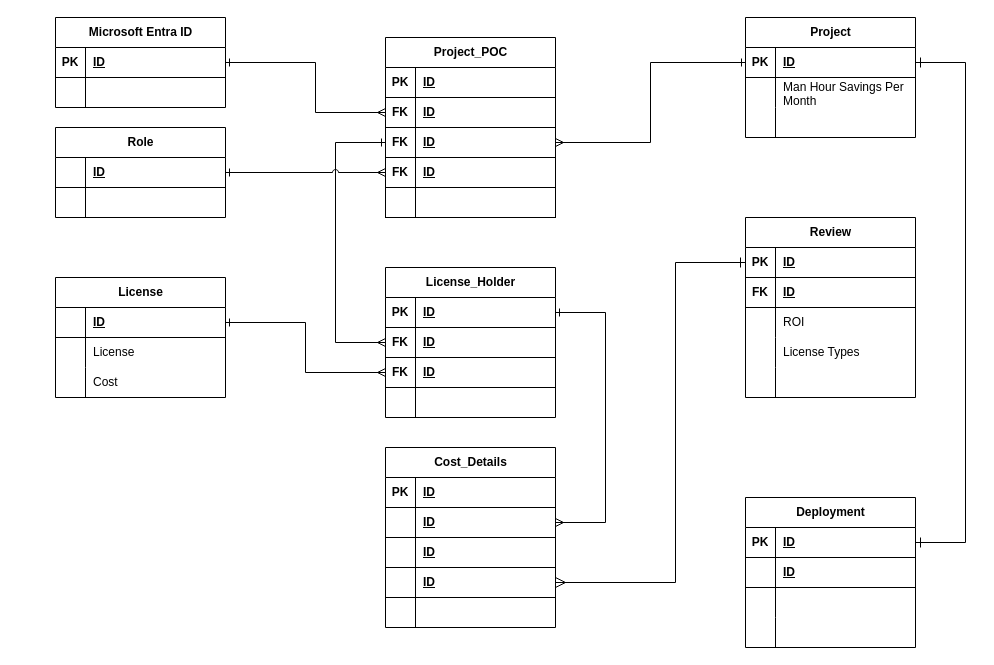
Before: page "Option-3y" (2 of 3) of erd-projint-01.drawio in josjreyes/ProjectIntake, a draw.io diagram. Source tidied: cells renumbered, new cells numbered last; positions are measured from the earlier drawing's top-left corner, leaving out a move shared by most shapes. Both pictures are drawn from the tidied source at 100%, with x=0, y=0 at pixel (55, 17).
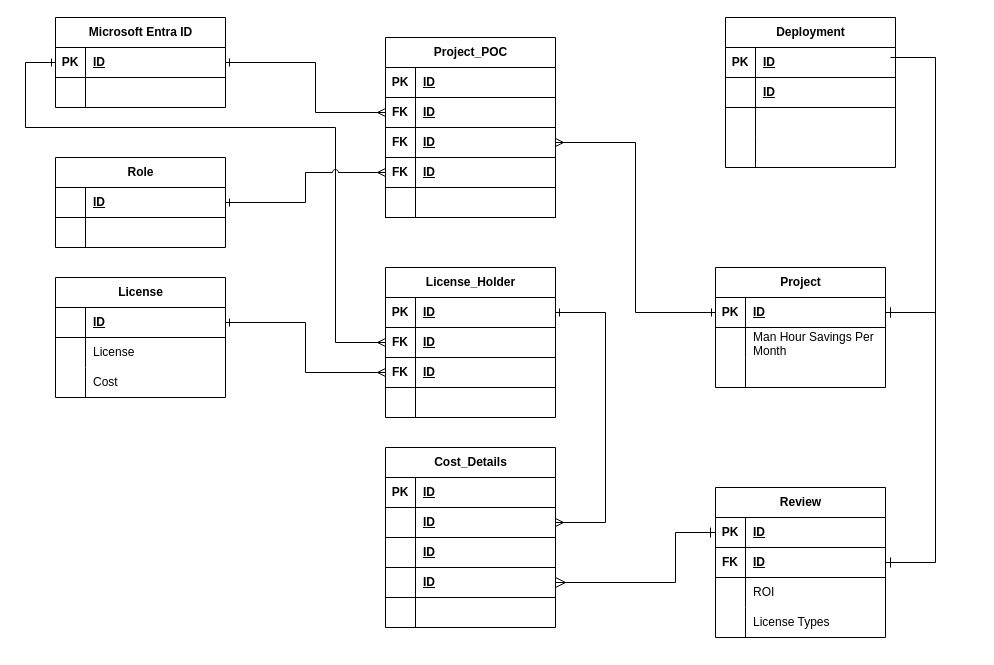
After the change.

Commit message:
Update MS Entra ID 1:N License_Holder

The change refers to these unchanged cells:
```xml
<mxCell id="3" style="shape=tableRow;horizontal=0;startSize=0;swimlaneHead=0;swimlaneBody=0;fillColor=none;points=[[0,0.5],[1,0.5]];portConstraint=eastwest;top=0;left=0;right=0;bottom=1;" parent="2" vertex="1">
  <mxGeometry y="30" width="170" height="30" as="geometry" />
</mxCell>
<mxCell id="32" style="shape=tableRow;horizontal=0;startSize=0;swimlaneHead=0;swimlaneBody=0;fillColor=none;points=[[0,0.5],[1,0.5]];portConstraint=eastwest;top=0;left=0;right=0;bottom=1;" parent="22" vertex="1">
  <mxGeometry y="120" width="170" height="30" as="geometry" />
</mxCell>
<mxCell id="39" style="shape=tableRow;horizontal=0;startSize=0;swimlaneHead=0;swimlaneBody=0;fillColor=none;points=[[0,0.5],[1,0.5]];portConstraint=eastwest;top=0;left=0;right=0;bottom=1;" parent="38" vertex="1">
  <mxGeometry y="30" width="170" height="30" as="geometry" />
</mxCell>
<mxCell id="46" style="shape=tableRow;horizontal=0;startSize=0;swimlaneHead=0;swimlaneBody=0;fillColor=none;points=[[0,0.5],[1,0.5]];portConstraint=eastwest;top=0;left=0;right=0;bottom=1;" parent="45" vertex="1">
  <mxGeometry y="30" width="170" height="30" as="geometry" />
</mxCell>
<mxCell id="61" style="shape=tableRow;horizontal=0;startSize=0;swimlaneHead=0;swimlaneBody=0;fillColor=none;points=[[0,0.5],[1,0.5]];portConstraint=eastwest;top=0;left=0;right=0;bottom=1;" parent="60" vertex="1">
  <mxGeometry y="30" width="170" height="30" as="geometry" />
</mxCell>
<mxCell id="64" style="shape=tableRow;horizontal=0;startSize=0;swimlaneHead=0;swimlaneBody=0;fillColor=none;points=[[0,0.5],[1,0.5]];portConstraint=eastwest;top=0;left=0;right=0;bottom=1;" parent="60" vertex="1">
  <mxGeometry y="60" width="170" height="30" as="geometry" />
</mxCell>
<mxCell id="83" style="shape=tableRow;horizontal=0;startSize=0;swimlaneHead=0;swimlaneBody=0;fillColor=none;points=[[0,0.5],[1,0.5]];portConstraint=eastwest;top=0;left=0;right=0;bottom=1;" parent="76" vertex="1">
  <mxGeometry y="90" width="170" height="30" as="geometry" />
</mxCell>
<mxCell id="102" style="shape=tableRow;horizontal=0;startSize=0;swimlaneHead=0;swimlaneBody=0;fillColor=none;points=[[0,0.5],[1,0.5]];portConstraint=eastwest;top=0;left=0;right=0;bottom=1;" parent="98" vertex="1">
  <mxGeometry y="60" width="170" height="30" as="geometry" />
</mxCell>
```

Diff of the diagram source:
```diff
@@
     <mxCell id="2" value="Project" style="shape=table;startSize=30;childLayout=tableLayout;rowLines=0;fontStyle=1;align=center;html=1;" parent="1" vertex="1">
-      <mxGeometry x="690" width="170" height="120" as="geometry" />
+      <mxGeometry x="660" y="250" width="170" height="120" as="geometry" />
     </mxCell>
@@
     <mxCell id="45" value="Deployment" style="shape=table;startSize=30;childLayout=tableLayout;rowLines=0;fontStyle=1;align=center;html=1;" parent="1" vertex="1">
-      <mxGeometry x="690" y="480" width="170" height="150" as="geometry" />
+      <mxGeometry x="670" width="170" height="150" as="geometry" />
     </mxCell>
@@
-    <mxCell id="59" style="edgeStyle=orthogonalEdgeStyle;rounded=0;jettySize=auto;html=1;endArrow=ERone;endFill=0;startArrow=ERmany;startFill=0;exitX=0;exitY=0.5;exitDx=0;exitDy=0;entryX=0;entryY=0.5;entryDx=0;entryDy=0;strokeColor=default;jumpStyle=arc;" parent="1" edge="1" source="102" target="83">
+    <mxCell id="59" style="edgeStyle=orthogonalEdgeStyle;rounded=0;jettySize=auto;html=1;endArrow=ERone;endFill=0;startArrow=ERmany;startFill=0;exitX=0;exitY=0.5;exitDx=0;exitDy=0;strokeColor=default;jumpStyle=arc;entryX=0;entryY=0.5;entryDx=0;entryDy=0;" parent="1" edge="1" source="102" target="39">
       <mxGeometry relative="1" as="geometry">
         <Array as="points">
           <mxPoint x="280" y="325" />
-          <mxPoint x="280" y="125" />
+          <mxPoint x="280" y="110" />
+          <mxPoint x="-30" y="110" />
+          <mxPoint x="-30" y="45" />
         </Array>
       </mxGeometry>
     </mxCell>
     <mxCell id="60" value="Review" style="shape=table;startSize=30;childLayout=tableLayout;rowLines=0;fontStyle=1;align=center;html=1;" parent="1" vertex="1">
-      <mxGeometry x="690" y="200" width="170" height="180" as="geometry" />
+      <mxGeometry x="660" y="470" width="170" height="150" as="geometry" />
     </mxCell>
@@
-    <mxCell id="73" style="shape=tableRow;horizontal=0;startSize=0;swimlaneHead=0;swimlaneBody=0;fillColor=none;top=0;left=0;right=0;bottom=0;" parent="60" vertex="1">
-      <mxGeometry y="150" width="170" height="30" as="geometry" />
-    </mxCell>
-    <mxCell id="74" style="shape=partialRectangle;fillColor=none;top=0;left=0;bottom=0;right=0;overflow=hidden;whiteSpace=wrap;html=1;" parent="73" vertex="1">
-      <mxGeometry width="30" height="30" as="geometry" />
-    </mxCell>
-    <mxCell id="75" style="shape=partialRectangle;fillColor=none;top=0;left=0;bottom=0;right=0;align=left;spacingLeft=6;overflow=hidden;whiteSpace=wrap;html=1;" parent="73" vertex="1">
-      <mxGeometry x="30" width="140" height="30" as="geometry" />
-    </mxCell>
@@
     <mxCell id="95" style="edgeStyle=orthogonalEdgeStyle;rounded=0;jettySize=auto;html=1;entryX=1;entryY=0.5;entryDx=0;entryDy=0;fontSize=12;startSize=8;endSize=8;exitX=0;exitY=0.5;exitDx=0;exitDy=0;startArrow=ERone;startFill=0;endArrow=ERmany;endFill=0;" parent="1" edge="1" source="61" target="32">
       <mxGeometry relative="1" as="geometry">
         <Array as="points">
-          <mxPoint x="620" y="245" />
+          <mxPoint x="620" y="515" />
           <mxPoint x="620" y="565" />
         </Array>
       </mxGeometry>
     </mxCell>
@@
     <mxCell id="97" style="edgeStyle=orthogonalEdgeStyle;rounded=0;jettySize=auto;html=1;fontSize=12;startSize=8;endSize=8;entryX=1;entryY=0.5;entryDx=0;entryDy=0;exitX=1;exitY=0.5;exitDx=0;exitDy=0;startArrow=ERone;startFill=0;endArrow=ERone;endFill=0;" parent="1" edge="1" source="3" target="46">
       <mxGeometry relative="1" as="geometry">
         <Array as="points">
-          <mxPoint x="910" y="45" />
-          <mxPoint x="910" y="525" />
+          <mxPoint x="880" y="295" />
+          <mxPoint x="880" y="40" />
+          <mxPoint x="840" y="40" />
         </Array>
       </mxGeometry>
     </mxCell>
@@
     <mxCell id="111" value="Role" style="shape=table;startSize=30;childLayout=tableLayout;rowLines=0;fontStyle=1;align=center;html=1;" parent="1" vertex="1">
-      <mxGeometry y="110" width="170" height="90" as="geometry" />
+      <mxGeometry y="140" width="170" height="90" as="geometry" />
     </mxCell>
@@
+    <mxCell id="118" style="edgeStyle=orthogonalEdgeStyle;rounded=0;jettySize=auto;html=1;fontSize=12;startSize=8;endSize=8;entryX=1;entryY=0.5;entryDx=0;entryDy=0;exitX=1;exitY=0.5;exitDx=0;exitDy=0;startArrow=ERone;startFill=0;endArrow=ERone;endFill=0;jumpStyle=arc;" parent="1" edge="1" source="3" target="64">
+      <mxGeometry relative="1" as="geometry">
+        <Array as="points">
+          <mxPoint x="880" y="295" />
+          <mxPoint x="880" y="545" />
+        </Array>
+      </mxGeometry>
+    </mxCell>
```
